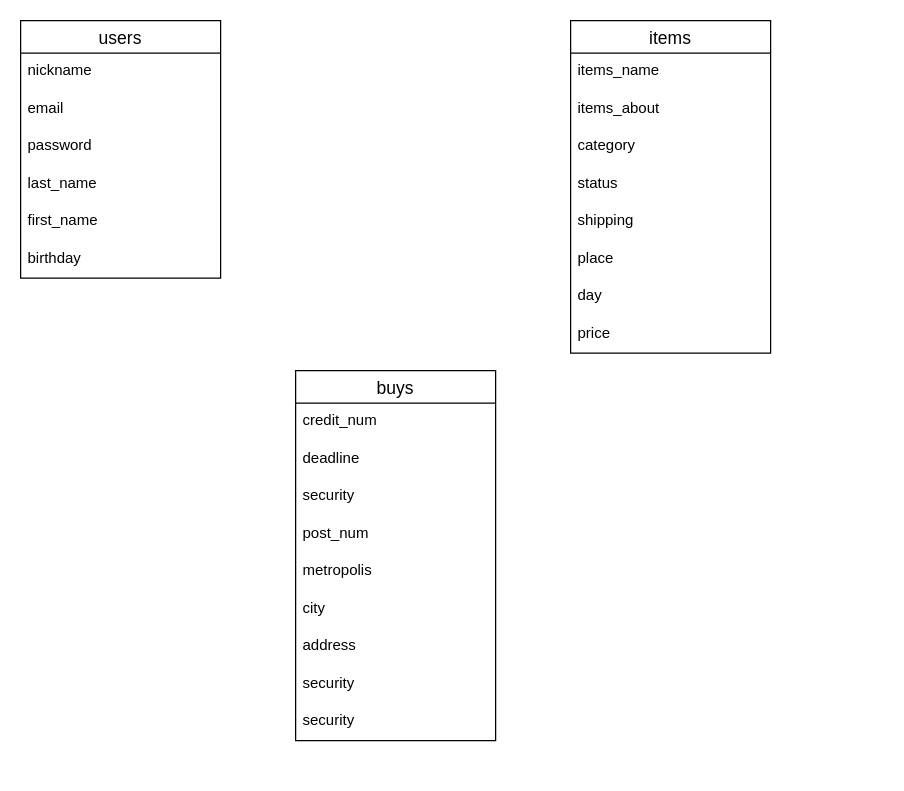
Earlier version of the draw.io diagram er.dio (KantoWatanabe023/furima-35539). Source tidied: cells renumbered, new cells numbered last; positions are measured from the earlier drawing's top-left corner, leaving out a move shared by most shapes. Both pictures are drawn from the tidied source at 125%, with x=0, y=0 at pixel (20, 20).
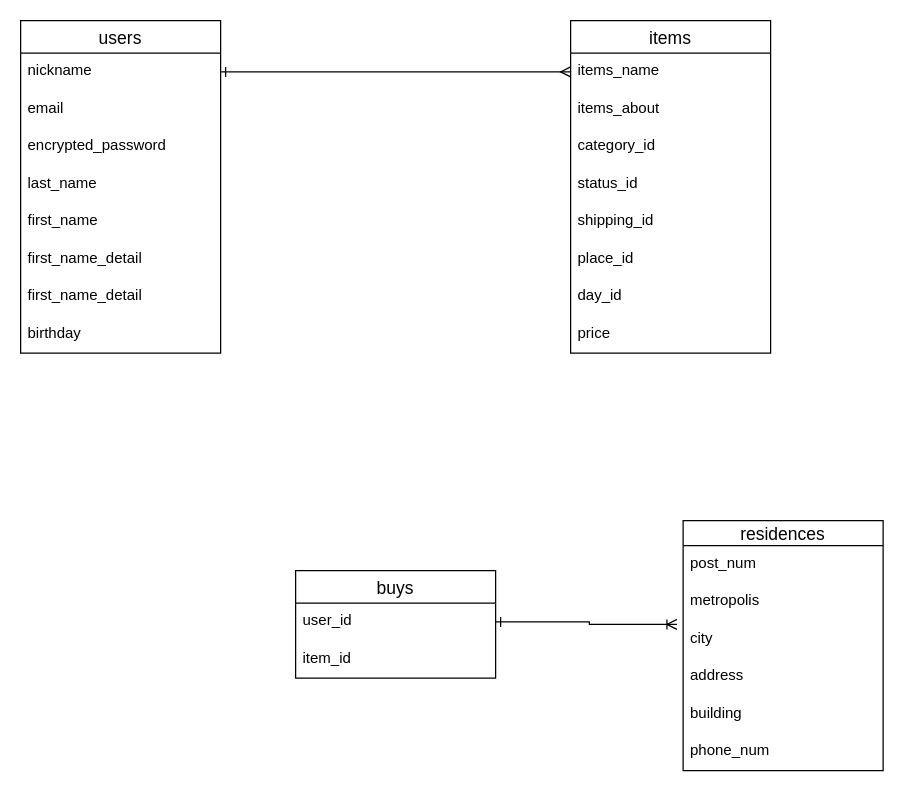
After the change.

The change refers to these unchanged cells:
```xml
<mxCell id="3" value="nickname" style="text;strokeColor=none;fillColor=none;spacingLeft=4;spacingRight=4;overflow=hidden;points=[[0,0.5],[1,0.5]];portConstraint=eastwest;fontSize=12;" parent="2" vertex="1">
  <mxGeometry y="26" width="160" height="30" as="geometry" />
</mxCell>
<mxCell id="9" value="items" style="swimlane;fontStyle=0;horizontal=1;startSize=26;align=center;fontSize=14;" parent="1" vertex="1">
  <mxGeometry x="440" width="160" height="266" as="geometry" />
</mxCell>
<mxCell id="10" value="items_name" style="text;strokeColor=none;fillColor=none;spacingLeft=4;spacingRight=4;overflow=hidden;points=[[0,0.5],[1,0.5]];portConstraint=eastwest;fontSize=12;" parent="9" vertex="1">
  <mxGeometry y="26" width="160" height="30" as="geometry" />
</mxCell>
```

Change to the diagram source:
```diff
@@
     <mxCell id="2" value="users" style="swimlane;fontStyle=0;horizontal=1;startSize=26;align=center;fontSize=14;" parent="1" vertex="1">
-      <mxGeometry width="160" height="206" as="geometry" />
+      <mxGeometry width="160" height="266" as="geometry" />
     </mxCell>
@@
-    <mxCell id="5" value="password" style="text;strokeColor=none;fillColor=none;spacingLeft=4;spacingRight=4;overflow=hidden;fontSize=12;" parent="2" vertex="1">
+    <mxCell id="5" value="encrypted_password" style="text;strokeColor=none;fillColor=none;spacingLeft=4;spacingRight=4;overflow=hidden;fontSize=12;" parent="2" vertex="1">
       <mxGeometry y="86" width="160" height="30" as="geometry" />
     </mxCell>
@@
+    <mxCell id="28" value="first_name_detail" style="text;strokeColor=none;fillColor=none;spacingLeft=4;spacingRight=4;overflow=hidden;fontSize=12;" parent="2" vertex="1">
+      <mxGeometry y="176" width="160" height="30" as="geometry" />
+    </mxCell>
+    <mxCell id="29" value="first_name_detail" style="text;strokeColor=none;fillColor=none;spacingLeft=4;spacingRight=4;overflow=hidden;fontSize=12;" parent="2" vertex="1">
+      <mxGeometry y="206" width="160" height="30" as="geometry" />
+    </mxCell>
     <mxCell id="8" value="birthday" style="text;strokeColor=none;fillColor=none;spacingLeft=4;spacingRight=4;overflow=hidden;fontSize=12;" parent="2" vertex="1">
-      <mxGeometry y="176" width="160" height="30" as="geometry" />
+      <mxGeometry y="236" width="160" height="30" as="geometry" />
     </mxCell>
@@
-    <mxCell id="12" value="category" style="text;strokeColor=none;fillColor=none;spacingLeft=4;spacingRight=4;overflow=hidden;fontSize=12;" parent="9" vertex="1">
+    <mxCell id="12" value="category_id" style="text;strokeColor=none;fillColor=none;spacingLeft=4;spacingRight=4;overflow=hidden;fontSize=12;" parent="9" vertex="1">
       <mxGeometry y="86" width="160" height="30" as="geometry" />
     </mxCell>
-    <mxCell id="13" value="status" style="text;strokeColor=none;fillColor=none;spacingLeft=4;spacingRight=4;overflow=hidden;fontSize=12;" parent="9" vertex="1">
+    <mxCell id="13" value="status_id" style="text;strokeColor=none;fillColor=none;spacingLeft=4;spacingRight=4;overflow=hidden;fontSize=12;" parent="9" vertex="1">
       <mxGeometry y="116" width="160" height="30" as="geometry" />
     </mxCell>
-    <mxCell id="14" value="shipping" style="text;strokeColor=none;fillColor=none;spacingLeft=4;spacingRight=4;overflow=hidden;fontSize=12;" parent="9" vertex="1">
+    <mxCell id="14" value="shipping_id" style="text;strokeColor=none;fillColor=none;spacingLeft=4;spacingRight=4;overflow=hidden;fontSize=12;" parent="9" vertex="1">
       <mxGeometry y="146" width="160" height="30" as="geometry" />
     </mxCell>
-    <mxCell id="15" value="place" style="text;strokeColor=none;fillColor=none;spacingLeft=4;spacingRight=4;overflow=hidden;fontSize=12;" parent="9" vertex="1">
+    <mxCell id="15" value="place_id" style="text;strokeColor=none;fillColor=none;spacingLeft=4;spacingRight=4;overflow=hidden;fontSize=12;" parent="9" vertex="1">
       <mxGeometry y="176" width="160" height="30" as="geometry" />
     </mxCell>
-    <mxCell id="16" value="day" style="text;strokeColor=none;fillColor=none;spacingLeft=4;spacingRight=4;overflow=hidden;fontSize=12;" parent="9" vertex="1">
+    <mxCell id="16" value="day_id" style="text;strokeColor=none;fillColor=none;spacingLeft=4;spacingRight=4;overflow=hidden;fontSize=12;" parent="9" vertex="1">
       <mxGeometry y="206" width="160" height="30" as="geometry" />
     </mxCell>
@@
-    <mxCell id="18" value="buys" style="swimlane;fontStyle=0;horizontal=1;startSize=26;align=center;fontSize=14;" parent="1" vertex="1">
-      <mxGeometry x="220" y="280" width="160" height="296" as="geometry" />
+    <mxCell id="18" value="residences" style="swimlane;fontStyle=0;horizontal=1;startSize=20;align=center;fontSize=14;" parent="1" vertex="1">
+      <mxGeometry x="530" y="400" width="160" height="200" as="geometry" />
     </mxCell>
-    <mxCell id="19" value="credit_num" style="text;strokeColor=none;fillColor=none;spacingLeft=4;spacingRight=4;overflow=hidden;fontSize=12;" parent="18" vertex="1">
-      <mxGeometry y="26" width="160" height="30" as="geometry" />
-    </mxCell>
-    <mxCell id="20" value="deadline" style="text;strokeColor=none;fillColor=none;spacingLeft=4;spacingRight=4;overflow=hidden;fontSize=12;" parent="18" vertex="1">
-      <mxGeometry y="56" width="160" height="30" as="geometry" />
-    </mxCell>
-    <mxCell id="21" value="security" style="text;strokeColor=none;fillColor=none;spacingLeft=4;spacingRight=4;overflow=hidden;fontSize=12;" parent="18" vertex="1">
-      <mxGeometry y="86" width="160" height="30" as="geometry" />
-    </mxCell>
     <mxCell id="22" value="post_num" style="text;strokeColor=none;fillColor=none;spacingLeft=4;spacingRight=4;overflow=hidden;fontSize=12;" parent="18" vertex="1">
-      <mxGeometry y="116" width="160" height="30" as="geometry" />
+      <mxGeometry y="20" width="160" height="30" as="geometry" />
     </mxCell>
     <mxCell id="23" value="metropolis" style="text;strokeColor=none;fillColor=none;spacingLeft=4;spacingRight=4;overflow=hidden;fontSize=12;" parent="18" vertex="1">
-      <mxGeometry y="146" width="160" height="30" as="geometry" />
+      <mxGeometry y="50" width="160" height="30" as="geometry" />
     </mxCell>
     <mxCell id="24" value="city" style="text;strokeColor=none;fillColor=none;spacingLeft=4;spacingRight=4;overflow=hidden;points=[[0,0.5],[1,0.5]];portConstraint=eastwest;fontSize=12;" parent="18" vertex="1">
-      <mxGeometry y="176" width="160" height="30" as="geometry" />
+      <mxGeometry y="80" width="160" height="30" as="geometry" />
     </mxCell>
     <mxCell id="25" value="address" style="text;strokeColor=none;fillColor=none;spacingLeft=4;spacingRight=4;overflow=hidden;fontSize=12;" parent="18" vertex="1">
-      <mxGeometry y="206" width="160" height="30" as="geometry" />
+      <mxGeometry y="110" width="160" height="30" as="geometry" />
     </mxCell>
-    <mxCell id="26" value="security" style="text;strokeColor=none;fillColor=none;spacingLeft=4;spacingRight=4;overflow=hidden;fontSize=12;" parent="18" vertex="1">
-      <mxGeometry y="236" width="160" height="30" as="geometry" />
+    <mxCell id="26" value="building" style="text;strokeColor=none;fillColor=none;spacingLeft=4;spacingRight=4;overflow=hidden;fontSize=12;" parent="18" vertex="1">
+      <mxGeometry y="140" width="160" height="30" as="geometry" />
     </mxCell>
-    <mxCell id="27" value="security" style="text;strokeColor=none;fillColor=none;spacingLeft=4;spacingRight=4;overflow=hidden;fontSize=12;" parent="18" vertex="1">
-      <mxGeometry y="266" width="160" height="30" as="geometry" />
+    <mxCell id="27" value="phone_num" style="text;strokeColor=none;fillColor=none;spacingLeft=4;spacingRight=4;overflow=hidden;fontSize=12;" parent="18" vertex="1">
+      <mxGeometry y="170" width="160" height="30" as="geometry" />
     </mxCell>
+    <mxCell id="30" style="edgeStyle=orthogonalEdgeStyle;rounded=0;jettySize=auto;html=1;exitX=1;exitY=0.5;exitDx=0;exitDy=0;entryX=0;entryY=0.5;entryDx=0;entryDy=0;startArrow=ERone;startFill=0;endArrow=ERmany;endFill=0;" parent="1" edge="1" source="3" target="10">
+      <mxGeometry relative="1" as="geometry" />
+    </mxCell>
+    <mxCell id="31" value="buys" style="swimlane;fontStyle=0;horizontal=1;startSize=26;align=center;fontSize=14;" parent="1" vertex="1">
+      <mxGeometry x="220" y="440" width="160" height="86" as="geometry" />
+    </mxCell>
+    <mxCell id="32" value="user_id" style="text;strokeColor=none;fillColor=none;spacingLeft=4;spacingRight=4;overflow=hidden;points=[[0,0.5],[1,0.5]];portConstraint=eastwest;fontSize=12;" parent="31" vertex="1">
+      <mxGeometry y="26" width="160" height="30" as="geometry" />
+    </mxCell>
+    <mxCell id="33" value="item_id" style="text;strokeColor=none;fillColor=none;spacingLeft=4;spacingRight=4;overflow=hidden;fontSize=12;" parent="31" vertex="1">
+      <mxGeometry y="56" width="160" height="30" as="geometry" />
+    </mxCell>
+    <mxCell id="34" style="edgeStyle=orthogonalEdgeStyle;rounded=0;jettySize=auto;html=1;exitX=1;exitY=0.5;exitDx=0;exitDy=0;entryX=-0.031;entryY=0.1;entryDx=0;entryDy=0;entryPerimeter=0;startArrow=ERone;startFill=0;endArrow=ERoneToMany;endFill=0;" parent="1" edge="1" source="32" target="24">
+      <mxGeometry relative="1" as="geometry" />
+    </mxCell>
```
